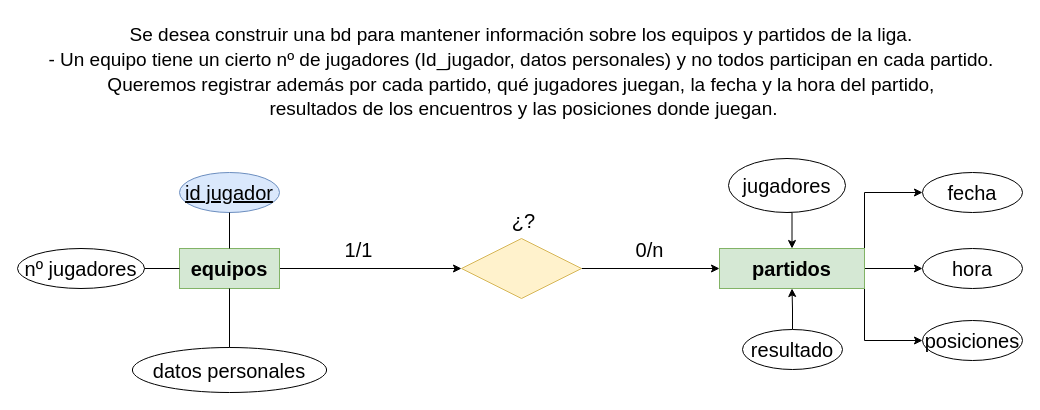
Above: page "EJE-7" (7 of 8) of Tareas/Tema 2/Tarea 1/Ejercicio1.drawio in JCarlosAR032/base-de-datos (draw.io), before the change. Source tidied: cells renumbered, new cells numbered last; positions are measured from the earlier drawing's top-left corner, leaving out a move shared by most shapes. Both pictures are drawn from the tidied source at 100%, with x=0, y=0 at pixel (17, 17).
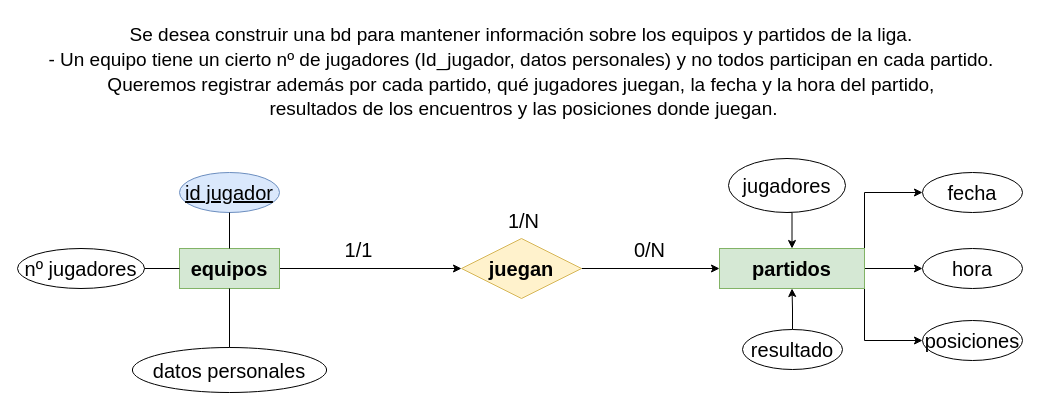
The same page after the edit.

The change refers to these unchanged cells:
```xml
<mxCell id="9" style="edgeStyle=orthogonalEdgeStyle;rounded=0;jettySize=auto;html=1;exitX=1;exitY=0.5;exitDx=0;exitDy=0;entryX=0;entryY=0.5;entryDx=0;entryDy=0;fontSize=20;" parent="1" edge="1" source="11" target="8">
  <mxGeometry relative="1" as="geometry" />
</mxCell>
```

The edit, as a diff of the source:
```diff
@@
-    <mxCell id="10" value="0/n" style="edgeLabel;html=1;align=center;verticalAlign=middle;fontSize=20;" parent="9" vertex="1">
+    <mxCell id="10" value="0/N" style="edgeLabel;html=1;align=center;verticalAlign=middle;fontSize=20;" parent="9" vertex="1">
       <mxGeometry x="-0.27" y="-1" relative="1" as="geometry">
         <mxPoint x="17" y="-21" as="offset" />
       </mxGeometry>
     </mxCell>
-    <mxCell id="11" style="shape=rhombus;perimeter=rhombusPerimeter;whiteSpace=wrap;html=1;align=center;fontSize=20;fillColor=#fff2cc;strokeColor=#d6b656;fontStyle=1;" parent="1" vertex="1">
+    <mxCell id="11" value="juegan" style="shape=rhombus;perimeter=rhombusPerimeter;whiteSpace=wrap;html=1;align=center;fontSize=20;fillColor=#fff2cc;strokeColor=#d6b656;fontStyle=1;" parent="1" vertex="1">
       <mxGeometry x="444" y="221" width="120" height="60" as="geometry" />
     </mxCell>
@@
-    <mxCell id="13" value="¿?" style="text;html=1;align=center;verticalAlign=middle;strokeColor=none;fillColor=none;fontSize=20;" parent="1" vertex="1">
-      <mxGeometry x="483" y="185" width="45" height="36" as="geometry" />
+    <mxCell id="13" value="1/N" style="text;html=1;align=center;verticalAlign=middle;strokeColor=none;fillColor=none;fontSize=20;" parent="1" vertex="1">
+      <mxGeometry x="479" y="185" width="54" height="36" as="geometry" />
     </mxCell>
```
